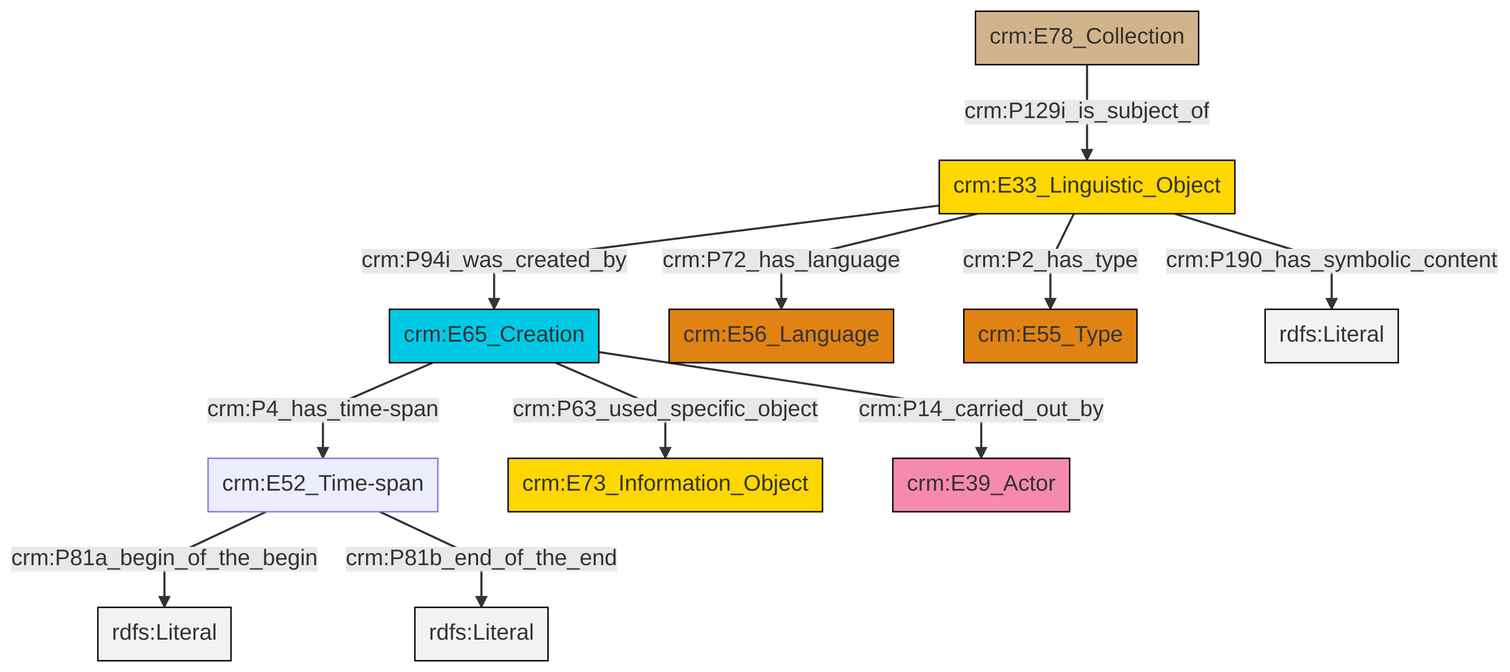
swiss-art-research-net/docs.swissartresearch keeps this Mermaid diagram as et/archivalCSV/ttl/mmd/png/archival_desc.png. Above is the earlier version. Its source is kept beside it as et/archivalCSV/ttl/mmd/archival_desc.ttl.mmd. Its diagram source:
```mermaid
graph TD
classDef Literal fill:#f2f2f2,stroke:#000000;
classDef CRM_Entity fill:#FFFFFF,stroke:#000000;
classDef Temporal_Entity fill:#00C9E6, stroke:#000000;
classDef Type fill:#E18312, stroke:#000000;
classDef Time-Span fill:#2C9C91, stroke:#000000;
classDef Appellation fill:#FFEB7F, stroke:#000000;
classDef Place fill:#008836, stroke:#000000;
classDef Persistent_Item fill:#B266B2, stroke:#000000;
classDef Conceptual_Object fill:#FFD700, stroke:#000000;
classDef Physical_Thing fill:#D2B48C, stroke:#000000;
classDef Actor fill:#f58aad, stroke:#000000;
classDef PC_Classes fill:#4ce600, stroke:#000000;
classDef Multi fill:#cccccc,stroke:#000000;

0["crm:E65_Creation"]:::Temporal_Entity -->|crm:P4_has_time-span| 1["crm:E52_Time-span"]:::Default
0["crm:E65_Creation"]:::Temporal_Entity -->|crm:P14_carried_out_by| 7["crm:E39_Actor"]:::Actor
0["crm:E65_Creation"]:::Temporal_Entity -->|crm:P63_used_specific_object| 3["crm:E73_Information_Object"]:::Conceptual_Object
1["crm:E52_Time-span"]:::Default -->|crm:P81a_begin_of_the_begin| 9[rdfs:Literal]:::Literal
1["crm:E52_Time-span"]:::Default -->|crm:P81b_end_of_the_end| 12[rdfs:Literal]:::Literal
14["crm:E33_Linguistic_Object"]:::Conceptual_Object -->|crm:P2_has_type| 15["crm:E55_Type"]:::Type
14["crm:E33_Linguistic_Object"]:::Conceptual_Object -->|crm:P94i_was_created_by| 0["crm:E65_Creation"]:::Temporal_Entity
10["crm:E78_Collection"]:::Physical_Thing -->|crm:P129i_is_subject_of| 14["crm:E33_Linguistic_Object"]:::Conceptual_Object
14["crm:E33_Linguistic_Object"]:::Conceptual_Object -->|crm:P190_has_symbolic_content| 17[rdfs:Literal]:::Literal
14["crm:E33_Linguistic_Object"]:::Conceptual_Object -->|crm:P72_has_language| 5["crm:E56_Language"]:::Type
```
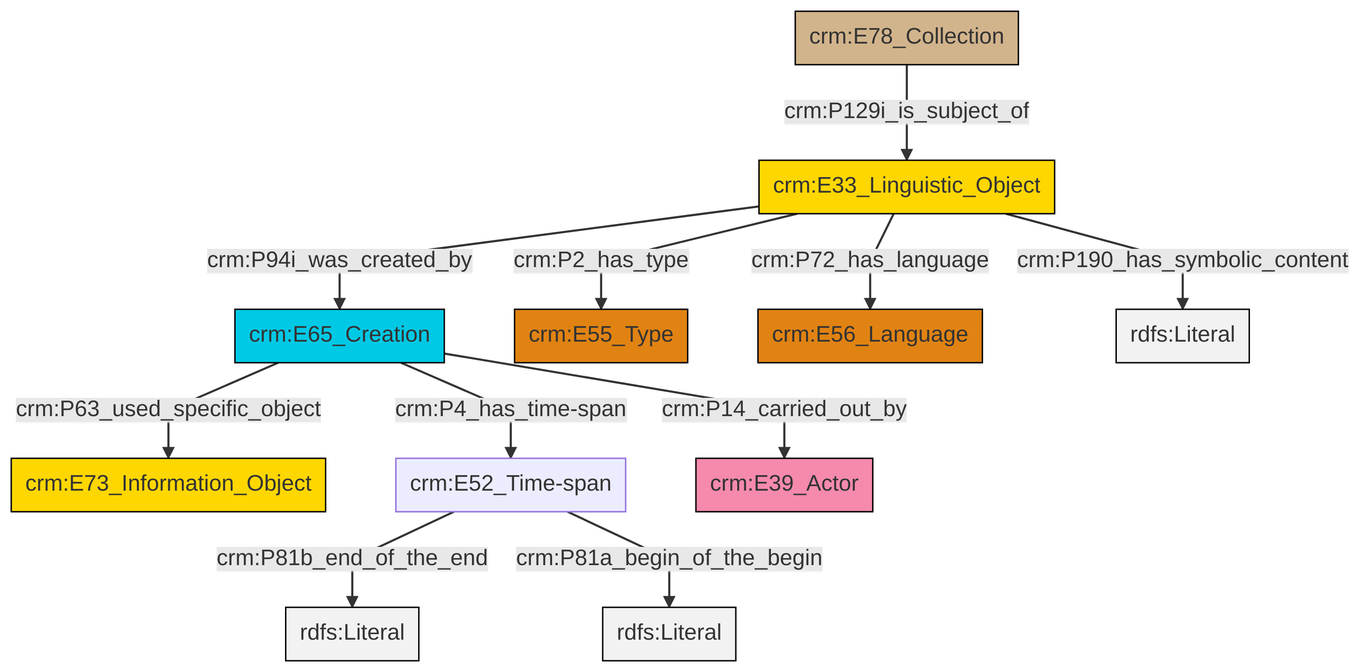
The same file after the commit.

Diff of the diagram source:
```diff
@@ -13,13 +13,13 @@
 classDef PC_Classes fill:#4ce600, stroke:#000000;
 classDef Multi fill:#cccccc,stroke:#000000;
 
-0["crm:E65_Creation"]:::Temporal_Entity -->|crm:P4_has_time-span| 1["crm:E52_Time-span"]:::Default
-0["crm:E65_Creation"]:::Temporal_Entity -->|crm:P14_carried_out_by| 7["crm:E39_Actor"]:::Actor
-0["crm:E65_Creation"]:::Temporal_Entity -->|crm:P63_used_specific_object| 3["crm:E73_Information_Object"]:::Conceptual_Object
-1["crm:E52_Time-span"]:::Default -->|crm:P81a_begin_of_the_begin| 9[rdfs:Literal]:::Literal
-1["crm:E52_Time-span"]:::Default -->|crm:P81b_end_of_the_end| 12[rdfs:Literal]:::Literal
-14["crm:E33_Linguistic_Object"]:::Conceptual_Object -->|crm:P2_has_type| 15["crm:E55_Type"]:::Type
-14["crm:E33_Linguistic_Object"]:::Conceptual_Object -->|crm:P94i_was_created_by| 0["crm:E65_Creation"]:::Temporal_Entity
-10["crm:E78_Collection"]:::Physical_Thing -->|crm:P129i_is_subject_of| 14["crm:E33_Linguistic_Object"]:::Conceptual_Object
-14["crm:E33_Linguistic_Object"]:::Conceptual_Object -->|crm:P190_has_symbolic_content| 17[rdfs:Literal]:::Literal
-14["crm:E33_Linguistic_Object"]:::Conceptual_Object -->|crm:P72_has_language| 5["crm:E56_Language"]:::Type
+0["crm:E65_Creation"]:::Temporal_Entity -->|crm:P63_used_specific_object| 1["crm:E73_Information_Object"]:::Conceptual_Object
+0["crm:E65_Creation"]:::Temporal_Entity -->|crm:P4_has_time-span| 3["crm:E52_Time-span"]:::Default
+4["crm:E33_Linguistic_Object"]:::Conceptual_Object -->|crm:P2_has_type| 5["crm:E55_Type"]:::Type
+4["crm:E33_Linguistic_Object"]:::Conceptual_Object -->|crm:P72_has_language| 6["crm:E56_Language"]:::Type
+3["crm:E52_Time-span"]:::Default -->|crm:P81b_end_of_the_end| 7[rdfs:Literal]:::Literal
+9["crm:E78_Collection"]:::Physical_Thing -->|crm:P129i_is_subject_of| 4["crm:E33_Linguistic_Object"]:::Conceptual_Object
+3["crm:E52_Time-span"]:::Default -->|crm:P81a_begin_of_the_begin| 11[rdfs:Literal]:::Literal
+4["crm:E33_Linguistic_Object"]:::Conceptual_Object -->|crm:P190_has_symbolic_content| 16[rdfs:Literal]:::Literal
+0["crm:E65_Creation"]:::Temporal_Entity -->|crm:P14_carried_out_by| 14["crm:E39_Actor"]:::Actor
+4["crm:E33_Linguistic_Object"]:::Conceptual_Object -->|crm:P94i_was_created_by| 0["crm:E65_Creation"]:::Temporal_Entity
```
